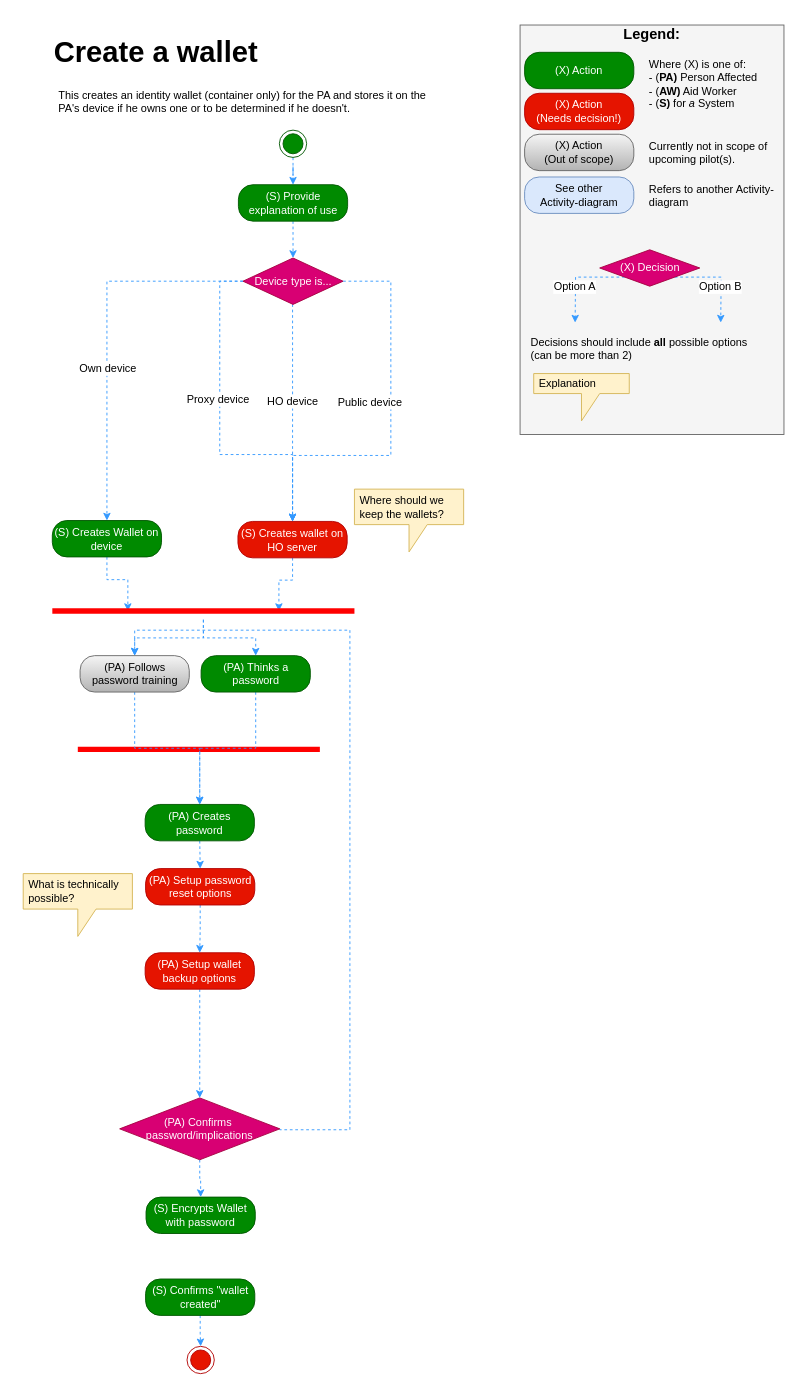
Before: Activity Diagrams/Create a wallet activity.drawio in nsward/diagrams, a draw.io diagram. Source tidied: cells renumbered, new cells numbered last; positions are measured from the earlier drawing's top-left corner, leaving out a move shared by most shapes. Both pictures are drawn from the tidied source at 91%, with x=0, y=0 at pixel (23, 15).
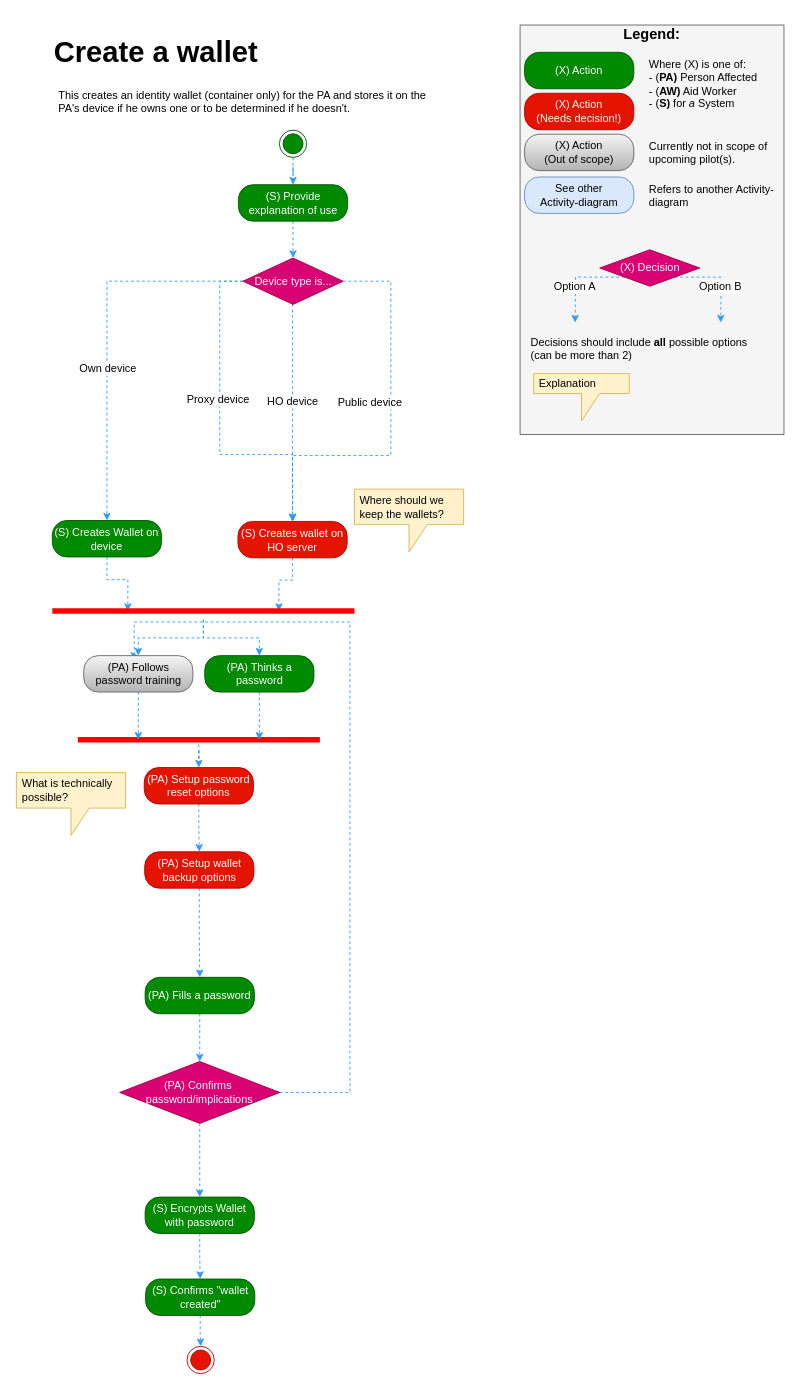
The same diagram, later.

The change refers to these unchanged cells:
```xml
<mxCell id="14" value="(S) Confirms &quot;wallet created&quot;&lt;br&gt;" style="rounded=1;whiteSpace=wrap;html=1;arcSize=40;fillColor=#008a00;strokeColor=#005700;fontColor=#ffffff;" parent="1" vertex="1">
  <mxGeometry x="134.5" y="1388" width="120" height="40" as="geometry" />
</mxCell>
```

Change to the diagram source:
```diff
@@
-    <mxCell id="8" style="edgeStyle=orthogonalEdgeStyle;rounded=0;jettySize=auto;html=1;exitX=0.5;exitY=1;exitDx=0;exitDy=0;entryX=0.5;entryY=0;entryDx=0;entryDy=0;dashed=1;strokeColor=#3399FF;" parent="1" edge="1" source="9" target="30">
-      <mxGeometry relative="1" as="geometry" />
-    </mxCell>
+    <mxCell id="60" style="edgeStyle=orthogonalEdgeStyle;rounded=0;jettySize=auto;html=1;entryX=0.5;entryY=0;entryDx=0;entryDy=0;dashed=1;strokeColor=#3399FF;" parent="1" edge="1" source="9" target="17">
+      <mxGeometry relative="1" as="geometry" />
+    </mxCell>
-    <mxCell id="9" value="(PA) Creates password" style="rounded=1;whiteSpace=wrap;html=1;arcSize=40;fillColor=#008a00;strokeColor=#005700;fontColor=#ffffff;" parent="1" vertex="1">
-      <mxGeometry x="134" y="866.5" width="120" height="40" as="geometry" />
+    <mxCell id="9" value="(PA) Fills a password" style="rounded=1;whiteSpace=wrap;html=1;arcSize=40;fillColor=#008a00;strokeColor=#005700;fontColor=#ffffff;" parent="1" vertex="1">
+      <mxGeometry x="134" y="1056.5" width="120" height="40" as="geometry" />
     </mxCell>
@@
+    <mxCell id="61" style="edgeStyle=orthogonalEdgeStyle;rounded=0;jettySize=auto;html=1;entryX=0.5;entryY=0;entryDx=0;entryDy=0;dashed=1;strokeColor=#3399FF;" parent="1" edge="1" source="11" target="30">
+      <mxGeometry relative="1" as="geometry" />
+    </mxCell>
     <mxCell id="11" style="shape=line;html=1;strokeWidth=6;strokeColor=#ff0000;fillColor=#008a00;fontColor=#ffffff;" parent="1" vertex="1">
-      <mxGeometry x="60" y="801" width="266" height="10" as="geometry" />
+      <mxGeometry x="60" y="790.5" width="266" height="10" as="geometry" />
     </mxCell>
+    <mxCell id="62" style="edgeStyle=orthogonalEdgeStyle;rounded=0;jettySize=auto;html=1;exitX=0.5;exitY=1;exitDx=0;exitDy=0;entryX=0.5;entryY=0;entryDx=0;entryDy=0;dashed=1;strokeColor=#3399FF;" parent="1" edge="1" source="12" target="14">
+      <mxGeometry relative="1" as="geometry" />
+    </mxCell>
     <mxCell id="12" value="(S) Encrypts Wallet with password&lt;br&gt;" style="rounded=1;whiteSpace=wrap;html=1;arcSize=40;fillColor=#008a00;strokeColor=#005700;fontColor=#ffffff;" parent="1" vertex="1">
-      <mxGeometry x="135" y="1298" width="120" height="40" as="geometry" />
+      <mxGeometry x="134" y="1298" width="120" height="40" as="geometry" />
     </mxCell>
@@
     <mxCell id="16" style="edgeStyle=orthogonalEdgeStyle;rounded=0;jettySize=auto;html=1;exitX=1;exitY=0.5;exitDx=0;exitDy=0;entryX=0.5;entryY=0;entryDx=0;entryDy=0;dashed=1;strokeColor=#3399FF;fontColor=#000000;" parent="1" edge="1" source="17" target="57">
       <mxGeometry relative="1" as="geometry">
         <Array as="points">
-          <mxPoint x="359" y="1224" />
-          <mxPoint x="359" y="675" />
-          <mxPoint x="122" y="675" />
+          <mxPoint x="359" y="1183" />
+          <mxPoint x="359" y="666" />
+          <mxPoint x="122" y="666" />
+          <mxPoint x="122" y="703" />
         </Array>
       </mxGeometry>
     </mxCell>
     <mxCell id="17" value="(PA) Confirms&amp;nbsp; password/implications" style="rhombus;whiteSpace=wrap;html=1;fillColor=#d80073;strokeColor=#A50040;fontColor=#ffffff;" parent="1" vertex="1">
-      <mxGeometry x="106" y="1189" width="176" height="68" as="geometry" />
+      <mxGeometry x="106" y="1149" width="176" height="68" as="geometry" />
     </mxCell>
@@
     <mxCell id="30" value="(PA) Setup password reset options" style="rounded=1;whiteSpace=wrap;html=1;arcSize=40;fillColor=#e51400;strokeColor=#B20000;fontColor=#ffffff;" parent="1" vertex="1">
-      <mxGeometry x="134.5" y="937" width="120" height="40" as="geometry" />
+      <mxGeometry x="133" y="826" width="120" height="40" as="geometry" />
     </mxCell>
@@
     <mxCell id="52" value="What is technically possible?" style="shape=callout;whiteSpace=wrap;html=1;perimeter=calloutPerimeter;align=left;strokeColor=#d6b656;fillColor=#fff2cc;spacingLeft=4;" parent="1" vertex="1">
-      <mxGeometry y="942.5" width="120" height="69" as="geometry" />
+      <mxGeometry x="-7.5" y="831.5" width="120" height="69" as="geometry" />
     </mxCell>
@@
-    <mxCell id="54" style="edgeStyle=orthogonalEdgeStyle;rounded=0;jettySize=auto;html=1;exitX=0.5;exitY=1;exitDx=0;exitDy=0;entryX=0.5;entryY=0;entryDx=0;entryDy=0;dashed=1;strokeColor=#3399FF;" parent="1" edge="1" source="55" target="17">
-      <mxGeometry relative="1" as="geometry" />
-    </mxCell>
+    <mxCell id="63" style="edgeStyle=orthogonalEdgeStyle;rounded=0;jettySize=auto;html=1;exitX=0.5;exitY=1;exitDx=0;exitDy=0;entryX=0.5;entryY=0;entryDx=0;entryDy=0;dashed=1;strokeColor=#3399FF;" parent="1" edge="1" source="55" target="9">
+      <mxGeometry relative="1" as="geometry" />
+    </mxCell>
     <mxCell id="55" value="(PA) Setup wallet backup options" style="rounded=1;whiteSpace=wrap;html=1;arcSize=40;fillColor=#e51400;strokeColor=#B20000;fontColor=#ffffff;" parent="1" vertex="1">
-      <mxGeometry x="134" y="1029.5" width="120" height="40" as="geometry" />
+      <mxGeometry x="133.5" y="918.5" width="120" height="40" as="geometry" />
     </mxCell>
-    <mxCell id="56" style="edgeStyle=orthogonalEdgeStyle;rounded=0;jettySize=auto;html=1;entryX=0.5;entryY=0;entryDx=0;entryDy=0;dashed=1;strokeColor=#3399FF;" parent="1" edge="1" source="57" target="9">
-      <mxGeometry relative="1" as="geometry" />
-    </mxCell>
+    <mxCell id="64" style="edgeStyle=orthogonalEdgeStyle;rounded=0;jettySize=auto;html=1;entryX=0.25;entryY=0.5;entryDx=0;entryDy=0;entryPerimeter=0;dashed=1;strokeColor=#3399FF;" parent="1" edge="1" source="57" target="11">
+      <mxGeometry relative="1" as="geometry" />
+    </mxCell>
     <mxCell id="57" value="(PA) Follows password training" style="rounded=1;whiteSpace=wrap;html=1;arcSize=40;fillColor=#f5f5f5;strokeColor=#666666;gradientColor=#b3b3b3;" parent="1" vertex="1">
-      <mxGeometry x="62.5" y="703" width="120" height="40" as="geometry" />
+      <mxGeometry x="66.5" y="703" width="120" height="40" as="geometry" />
     </mxCell>
-    <mxCell id="58" style="edgeStyle=orthogonalEdgeStyle;rounded=0;jettySize=auto;html=1;entryX=0.5;entryY=0;entryDx=0;entryDy=0;dashed=1;strokeColor=#3399FF;" parent="1" edge="1" source="59" target="9">
-      <mxGeometry relative="1" as="geometry" />
-    </mxCell>
+    <mxCell id="65" style="edgeStyle=orthogonalEdgeStyle;rounded=0;jettySize=auto;html=1;entryX=0.75;entryY=0.5;entryDx=0;entryDy=0;entryPerimeter=0;dashed=1;strokeColor=#3399FF;" parent="1" edge="1" source="59" target="11">
+      <mxGeometry relative="1" as="geometry" />
+    </mxCell>
     <mxCell id="59" value="(PA) Thinks a password" style="rounded=1;whiteSpace=wrap;html=1;arcSize=40;fillColor=#008a00;strokeColor=#005700;fontColor=#ffffff;" parent="1" vertex="1">
-      <mxGeometry x="195.5" y="703" width="120" height="40" as="geometry" />
+      <mxGeometry x="199.5" y="703" width="120" height="40" as="geometry" />
     </mxCell>
```
